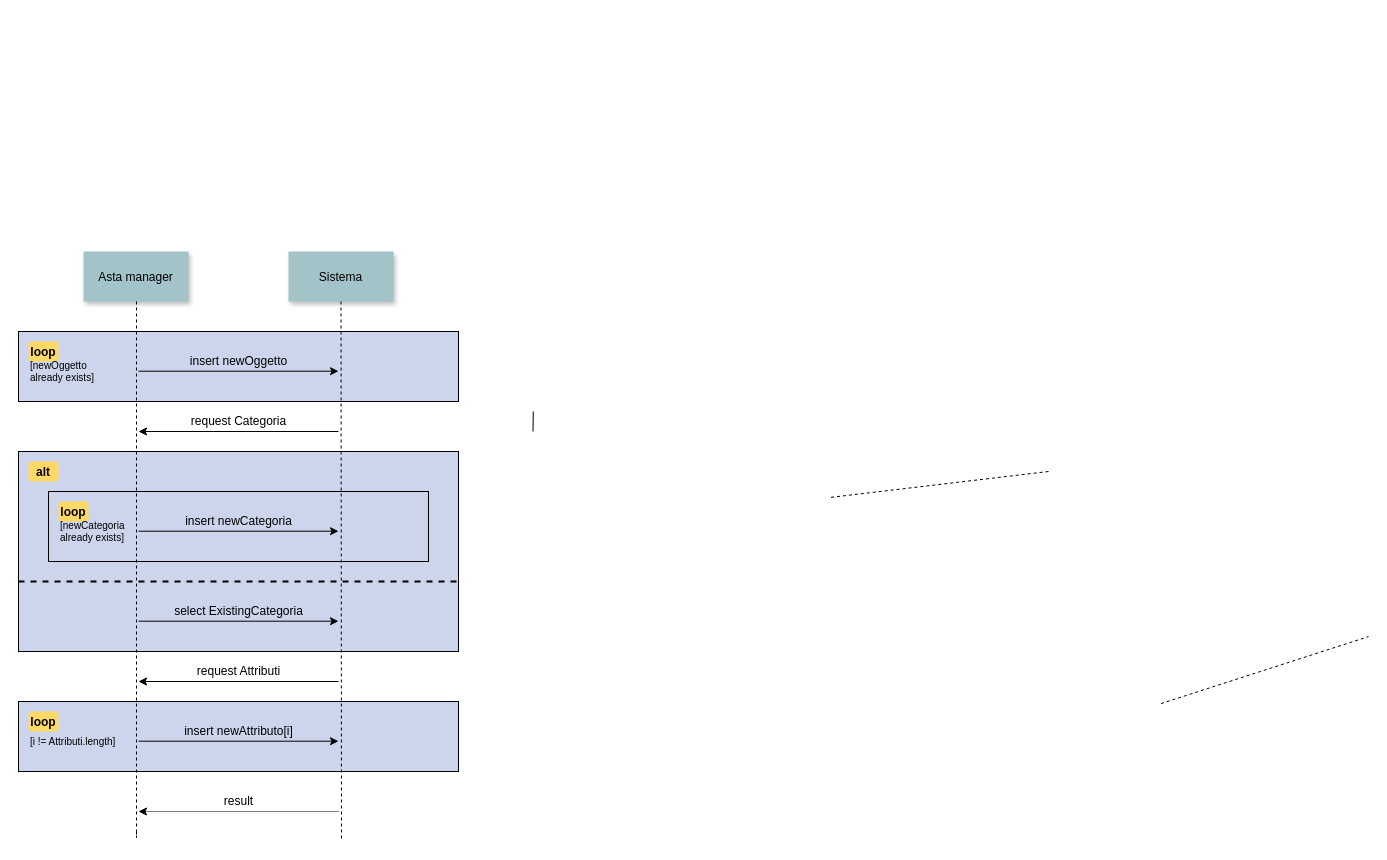
Earlier version of the draw.io diagram Documentazione/Progettazione/Sequence Diagrams/Sequence Diagram Registra Oggetto.drawio (UnimibSoftEngCourse1920/progetto-aste-2-gruppo-aste-2). Source tidied: cells renumbered, new cells numbered last; positions are measured from the earlier drawing's top-left corner, leaving out a move shared by most shapes. Both pictures are drawn from the tidied source at 100%, with x=0, y=0 at pixel (18, 251).
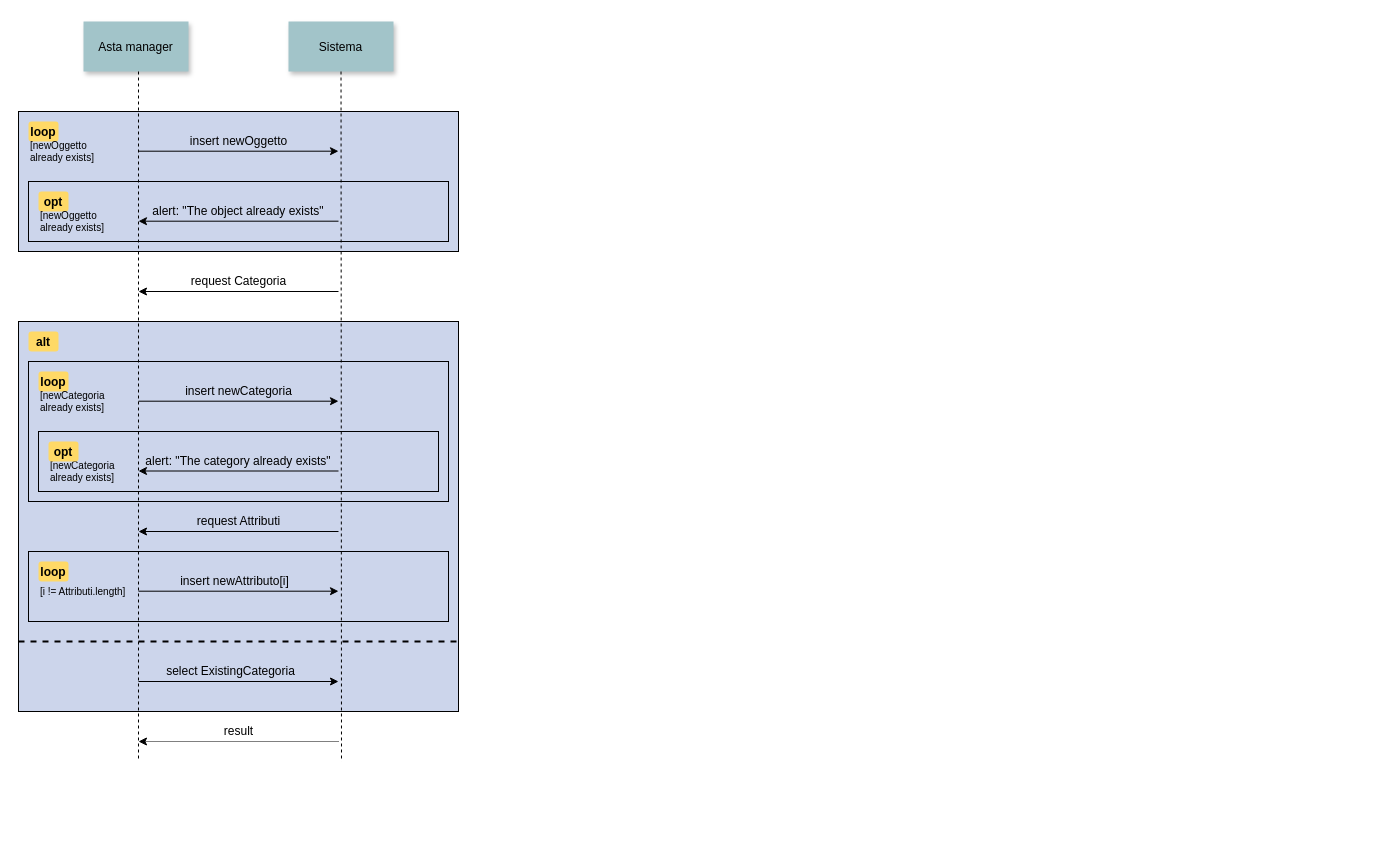
The same diagram, later.

Commit message (it also covers changes not shown here):
Aggiornato diagramma di sequenza registra oggetto

The edit, as a diff of the source:
```diff
@@
-    <mxCell id="2" style="fillColor=#CCD5EB;" parent="1" vertex="1">
-      <mxGeometry y="450" width="440" height="70" as="geometry" />
-    </mxCell>
     <mxCell id="3" style="fillColor=#CCD5EB;" parent="1" vertex="1">
-      <mxGeometry y="200" width="440" height="200" as="geometry" />
+      <mxGeometry y="70" width="440" height="390" as="geometry" />
     </mxCell>
     <mxCell id="4" style="fillColor=#CCD5EB;" parent="1" vertex="1">
-      <mxGeometry x="30" y="240" width="380" height="70" as="geometry" />
+      <mxGeometry x="10" y="110" width="420" height="140" as="geometry" />
     </mxCell>
+    <mxCell id="35" style="fillColor=#CCD5EB;" parent="1" vertex="1">
+      <mxGeometry x="20" y="180" width="400" height="60" as="geometry" />
+    </mxCell>
     <mxCell id="5" style="fillColor=#CCD5EB;" parent="1" vertex="1">
-      <mxGeometry y="80" width="440" height="70" as="geometry" />
+      <mxGeometry y="-140" width="440" height="140" as="geometry" />
     </mxCell>
+    <mxCell id="36" style="fillColor=#CCD5EB;" parent="1" vertex="1">
+      <mxGeometry x="10" y="-70" width="420" height="60" as="geometry" />
+    </mxCell>
+    <mxCell id="37" style="fillColor=#CCD5EB;" parent="1" vertex="1">
+      <mxGeometry x="10" y="300" width="420" height="70" as="geometry" />
+    </mxCell>
     <mxCell id="6" value="Asta manager" style="shadow=1;fillColor=#A2C4C9;strokeColor=none;" parent="1" vertex="1">
-      <mxGeometry x="65" width="105" height="50" as="geometry" />
+      <mxGeometry x="65" y="-230" width="105" height="50" as="geometry" />
     </mxCell>
     <mxCell id="7" value="Sistema" style="shadow=1;fillColor=#A2C4C9;strokeColor=none;" parent="1" vertex="1">
-      <mxGeometry x="270" width="105" height="50" as="geometry" />
+      <mxGeometry x="270" y="-230" width="105" height="50" as="geometry" />
     </mxCell>
     <mxCell id="8" style="edgeStyle=none;endArrow=none;dashed=1;" parent="1" edge="1" source="7">
       <mxGeometry x="247.3" y="165" as="geometry">
-        <mxPoint x="323" y="590" as="targetPoint" />
+        <mxPoint x="323" y="510" as="targetPoint" />
       </mxGeometry>
     </mxCell>
-    <mxCell id="9" style="edgeStyle=none;endArrow=none;" parent="1" edge="1">
-      <mxGeometry x="437" y="270" as="geometry">
-        <mxPoint x="514.8" y="160" as="sourcePoint" />
-        <mxPoint x="514.5" y="180" as="targetPoint" />
-      </mxGeometry>
-    </mxCell>
     <mxCell id="10" style="edgeStyle=elbowEdgeStyle;elbow=horizontal;endArrow=none;dashed=1;" parent="1" edge="1" source="6">
       <mxGeometry x="142.5" y="310" as="geometry">
-        <mxPoint x="118" y="580" as="targetPoint" />
-        <Array as="points">
-          <mxPoint x="118" y="590" />
-        </Array>
+        <mxPoint x="120" y="510" as="targetPoint" />
       </mxGeometry>
     </mxCell>
-    <mxCell id="11" style="edgeStyle=none;endArrow=none;dashed=1;" parent="1" edge="1">
-      <mxGeometry x="1030" y="180" as="geometry">
-        <mxPoint x="1030" y="220" as="sourcePoint" />
-        <mxPoint x="811.2" y="246" as="targetPoint" />
-      </mxGeometry>
-    </mxCell>
-    <mxCell id="12" style="edgeStyle=none;endArrow=none;dashed=1;" parent="1" edge="1">
-      <mxGeometry x="1204.1" y="380.1" as="geometry">
-        <mxPoint x="1142.5" y="452.1" as="sourcePoint" />
-        <mxPoint x="1350" y="385.1" as="targetPoint" />
-      </mxGeometry>
-    </mxCell>
     <mxCell id="13" value="loop" style="rounded=1;fontStyle=1;fillColor=#FFD966;strokeColor=none;" parent="1" vertex="1">
-      <mxGeometry x="10" y="90" width="30" height="20" as="geometry" />
+      <mxGeometry x="10" y="-130" width="30" height="20" as="geometry" />
     </mxCell>
     <mxCell id="14" style="endArrow=classic;html=1;" parent="1" edge="1">
       <mxGeometry relative="1" as="geometry">
-        <mxPoint x="120" y="119.7" as="sourcePoint" />
-        <mxPoint x="320" y="119.7" as="targetPoint" />
+        <mxPoint x="120" y="-100.3" as="sourcePoint" />
+        <mxPoint x="320" y="-100.3" as="targetPoint" />
       </mxGeometry>
     </mxCell>
     <mxCell id="15" value="insert newOggetto" style="text;html=1;strokeColor=none;fillColor=none;align=center;verticalAlign=middle;whiteSpace=wrap;rounded=0;" parent="1" vertex="1">
-      <mxGeometry x="157.5" y="100" width="125" height="20" as="geometry" />
+      <mxGeometry x="157.5" y="-120" width="125" height="20" as="geometry" />
     </mxCell>
     <mxCell id="16" value="[newOggetto&lt;br style=&quot;font-size: 10px&quot;&gt;already exists]" style="text;html=1;strokeColor=none;fillColor=none;align=left;verticalAlign=middle;whiteSpace=wrap;rounded=0;fontSize=10;" parent="1" vertex="1">
-      <mxGeometry x="10" y="110" width="90" height="20" as="geometry" />
+      <mxGeometry x="10" y="-110" width="90" height="20" as="geometry" />
     </mxCell>
     <mxCell id="17" style="endArrow=classic;html=1;fontSize=10;" parent="1" edge="1">
       <mxGeometry relative="1" as="geometry">
-        <mxPoint x="320" y="180" as="sourcePoint" />
-        <mxPoint x="120" y="180" as="targetPoint" />
+        <mxPoint x="320" y="40" as="sourcePoint" />
+        <mxPoint x="120" y="40" as="targetPoint" />
       </mxGeometry>
     </mxCell>
     <mxCell id="18" value="request Categoria" style="text;html=1;strokeColor=none;fillColor=none;align=center;verticalAlign=middle;whiteSpace=wrap;rounded=0;" parent="1" vertex="1">
-      <mxGeometry x="157.5" y="160" width="125" height="20" as="geometry" />
+      <mxGeometry x="157.5" y="20" width="125" height="20" as="geometry" />
     </mxCell>
     <mxCell id="19" value="alt" style="rounded=1;fontStyle=1;fillColor=#FFD966;strokeColor=none;" parent="1" vertex="1">
-      <mxGeometry x="10" y="210" width="30" height="20" as="geometry" />
+      <mxGeometry x="10" y="80" width="30" height="20" as="geometry" />
     </mxCell>
     <mxCell id="20" value="loop" style="rounded=1;fontStyle=1;fillColor=#FFD966;strokeColor=none;" parent="1" vertex="1">
-      <mxGeometry x="40" y="250" width="30" height="20" as="geometry" />
+      <mxGeometry x="20" y="120" width="30" height="20" as="geometry" />
     </mxCell>
     <mxCell id="21" style="endArrow=classic;html=1;" parent="1" edge="1">
       <mxGeometry relative="1" as="geometry">
-        <mxPoint x="120" y="279.7" as="sourcePoint" />
-        <mxPoint x="320" y="279.7" as="targetPoint" />
+        <mxPoint x="120" y="149.7" as="sourcePoint" />
+        <mxPoint x="320" y="149.7" as="targetPoint" />
       </mxGeometry>
     </mxCell>
     <mxCell id="22" value="insert newCategoria" style="text;html=1;strokeColor=none;fillColor=none;align=center;verticalAlign=middle;whiteSpace=wrap;rounded=0;" parent="1" vertex="1">
-      <mxGeometry x="157.5" y="260" width="125" height="20" as="geometry" />
+      <mxGeometry x="157.5" y="130" width="125" height="20" as="geometry" />
     </mxCell>
     <mxCell id="23" value="[newCategoria&lt;br style=&quot;font-size: 10px&quot;&gt;already exists]" style="text;html=1;strokeColor=none;fillColor=none;align=left;verticalAlign=middle;whiteSpace=wrap;rounded=0;fontSize=10;" parent="1" vertex="1">
-      <mxGeometry x="40" y="270" width="90" height="20" as="geometry" />
+      <mxGeometry x="20" y="140" width="90" height="20" as="geometry" />
     </mxCell>
     <mxCell id="24" style="endArrow=none;dashed=1;html=1;fontSize=10;fontStyle=0;labelBorderColor=none;startSize=6;strokeWidth=2;" parent="1" edge="1">
       <mxGeometry relative="1" as="geometry">
-        <mxPoint y="330" as="sourcePoint" />
-        <mxPoint x="440" y="330" as="targetPoint" />
+        <mxPoint y="390" as="sourcePoint" />
+        <mxPoint x="440" y="390" as="targetPoint" />
       </mxGeometry>
     </mxCell>
     <mxCell id="25" style="endArrow=classic;html=1;" parent="1" edge="1">
       <mxGeometry relative="1" as="geometry">
-        <mxPoint x="120" y="369.7" as="sourcePoint" />
-        <mxPoint x="320" y="369.7" as="targetPoint" />
+        <mxPoint x="120" y="430" as="sourcePoint" />
+        <mxPoint x="320" y="430" as="targetPoint" />
       </mxGeometry>
     </mxCell>
     <mxCell id="26" value="select ExistingCategoria" style="text;html=1;strokeColor=none;fillColor=none;align=center;verticalAlign=middle;whiteSpace=wrap;rounded=0;" parent="1" vertex="1">
-      <mxGeometry x="153.8" y="350" width="132.5" height="20" as="geometry" />
+      <mxGeometry x="146.2" y="410" width="132.5" height="20" as="geometry" />
     </mxCell>
-    <mxCell id="27" value="loop" style="rounded=1;fontStyle=1;fillColor=#FFD966;strokeColor=none;" parent="1" vertex="1">
-      <mxGeometry x="10" y="460" width="30" height="20" as="geometry" />
-    </mxCell>
-    <mxCell id="28" value="[i != Attributi.length]" style="text;html=1;strokeColor=none;fillColor=none;align=left;verticalAlign=middle;whiteSpace=wrap;rounded=0;fontSize=10;" parent="1" vertex="1">
-      <mxGeometry x="10" y="480" width="90" height="20" as="geometry" />
-    </mxCell>
-    <mxCell id="29" value="insert newAttributo[i]" style="text;html=1;strokeColor=none;fillColor=none;align=center;verticalAlign=middle;whiteSpace=wrap;rounded=0;" parent="1" vertex="1">
-      <mxGeometry x="157.5" y="470" width="125" height="20" as="geometry" />
-    </mxCell>
-    <mxCell id="30" style="endArrow=classic;html=1;" parent="1" edge="1">
-      <mxGeometry relative="1" as="geometry">
-        <mxPoint x="120" y="489.7" as="sourcePoint" />
-        <mxPoint x="320" y="489.7" as="targetPoint" />
-      </mxGeometry>
-    </mxCell>
     <mxCell id="31" value="request Attributi" style="text;html=1;strokeColor=none;fillColor=none;align=center;verticalAlign=middle;whiteSpace=wrap;rounded=0;" parent="1" vertex="1">
-      <mxGeometry x="157.5" y="410" width="125" height="20" as="geometry" />
+      <mxGeometry x="157.5" y="260" width="125" height="20" as="geometry" />
     </mxCell>
     <mxCell id="32" style="endArrow=classic;html=1;fontSize=10;" parent="1" edge="1">
       <mxGeometry relative="1" as="geometry">
-        <mxPoint x="320" y="430" as="sourcePoint" />
-        <mxPoint x="120" y="430" as="targetPoint" />
+        <mxPoint x="320" y="280" as="sourcePoint" />
+        <mxPoint x="120" y="280" as="targetPoint" />
       </mxGeometry>
     </mxCell>
     <mxCell id="33" style="endArrow=classic;html=1;fontSize=10;dashed=1;dashPattern=1 1;" parent="1" edge="1">
       <mxGeometry relative="1" as="geometry">
-        <mxPoint x="320" y="560" as="sourcePoint" />
-        <mxPoint x="120" y="560" as="targetPoint" />
+        <mxPoint x="320" y="490" as="sourcePoint" />
+        <mxPoint x="120" y="490" as="targetPoint" />
       </mxGeometry>
     </mxCell>
     <mxCell id="34" value="result" style="text;html=1;strokeColor=none;fillColor=none;align=center;verticalAlign=middle;whiteSpace=wrap;rounded=0;" parent="1" vertex="1">
-      <mxGeometry x="157.5" y="540" width="125" height="20" as="geometry" />
+      <mxGeometry x="157.5" y="470" width="125" height="20" as="geometry" />
     </mxCell>
+    <mxCell id="27" value="loop" style="rounded=1;fontStyle=1;fillColor=#FFD966;strokeColor=none;" parent="1" vertex="1">
+      <mxGeometry x="20" y="310" width="30" height="20" as="geometry" />
+    </mxCell>
+    <mxCell id="28" value="[i != Attributi.length]" style="text;html=1;strokeColor=none;fillColor=none;align=left;verticalAlign=middle;whiteSpace=wrap;rounded=0;fontSize=10;" parent="1" vertex="1">
+      <mxGeometry x="20" y="330" width="90" height="20" as="geometry" />
+    </mxCell>
+    <mxCell id="29" value="insert newAttributo[i]" style="text;html=1;strokeColor=none;fillColor=none;align=center;verticalAlign=middle;whiteSpace=wrap;rounded=0;" parent="1" vertex="1">
+      <mxGeometry x="153.8" y="320" width="125" height="20" as="geometry" />
+    </mxCell>
+    <mxCell id="38" style="endArrow=classic;html=1;" parent="1" edge="1">
+      <mxGeometry relative="1" as="geometry">
+        <mxPoint x="120" y="339.7" as="sourcePoint" />
+        <mxPoint x="320" y="339.7" as="targetPoint" />
+      </mxGeometry>
+    </mxCell>
+    <mxCell id="39" value="opt" style="rounded=1;fontStyle=1;fillColor=#FFD966;strokeColor=none;" parent="1" vertex="1">
+      <mxGeometry x="20" y="-60" width="30" height="20" as="geometry" />
+    </mxCell>
+    <mxCell id="40" value="[newOggetto&lt;br style=&quot;font-size: 10px&quot;&gt;already exists]" style="text;html=1;strokeColor=none;fillColor=none;align=left;verticalAlign=middle;whiteSpace=wrap;rounded=0;fontSize=10;" parent="1" vertex="1">
+      <mxGeometry x="20" y="-40" width="90" height="20" as="geometry" />
+    </mxCell>
+    <mxCell id="41" style="endArrow=classic;html=1;fontSize=10;" parent="1" edge="1">
+      <mxGeometry relative="1" as="geometry">
+        <mxPoint x="320" y="-30.3" as="sourcePoint" />
+        <mxPoint x="120" y="-30.3" as="targetPoint" />
+      </mxGeometry>
+    </mxCell>
+    <mxCell id="42" value="alert: &quot;The object already exists&quot;" style="text;html=1;strokeColor=none;fillColor=none;align=center;verticalAlign=middle;whiteSpace=wrap;rounded=0;" parent="1" vertex="1">
+      <mxGeometry x="131.9" y="-50" width="176.2" height="20" as="geometry" />
+    </mxCell>
+    <mxCell id="43" style="endArrow=classic;html=1;fontSize=10;" parent="1" edge="1">
+      <mxGeometry relative="1" as="geometry">
+        <mxPoint x="320" y="219.5" as="sourcePoint" />
+        <mxPoint x="120" y="219.5" as="targetPoint" />
+      </mxGeometry>
+    </mxCell>
+    <mxCell id="44" value="alert: &quot;The category already exists&quot;" style="text;html=1;strokeColor=none;fillColor=none;align=center;verticalAlign=middle;whiteSpace=wrap;rounded=0;" parent="1" vertex="1">
+      <mxGeometry x="125.9" y="200" width="188.1" height="20" as="geometry" />
+    </mxCell>
+    <mxCell id="45" value="[newCategoria&lt;br style=&quot;font-size: 10px&quot;&gt;already exists]" style="text;html=1;strokeColor=none;fillColor=none;align=left;verticalAlign=middle;whiteSpace=wrap;rounded=0;fontSize=10;" parent="1" vertex="1">
+      <mxGeometry x="30" y="210" width="90" height="20" as="geometry" />
+    </mxCell>
+    <mxCell id="46" value="opt" style="rounded=1;fontStyle=1;fillColor=#FFD966;strokeColor=none;" parent="1" vertex="1">
+      <mxGeometry x="30" y="190" width="30" height="20" as="geometry" />
+    </mxCell>
```
